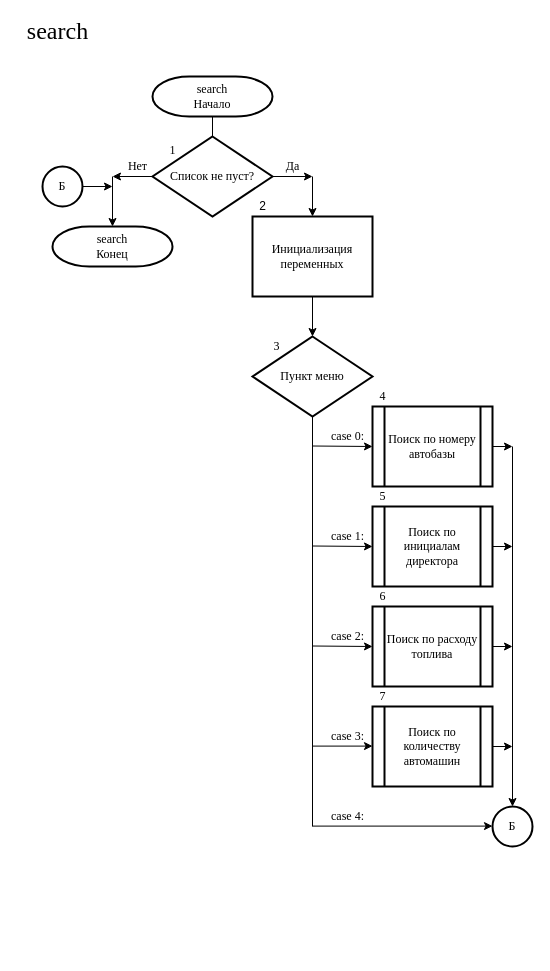
The draw.io diagram page "Поиск" (5 of 12) of Структурные схемы для КП.drawio in noidoRG/my-draw.io, before the edit. Source tidied: cells renumbered, new cells numbered last; positions are measured from the earlier drawing's top-left corner, leaving out a move shared by most shapes. Both pictures are drawn from the tidied source at 100%, with x=0, y=0 at pixel (17, 21).
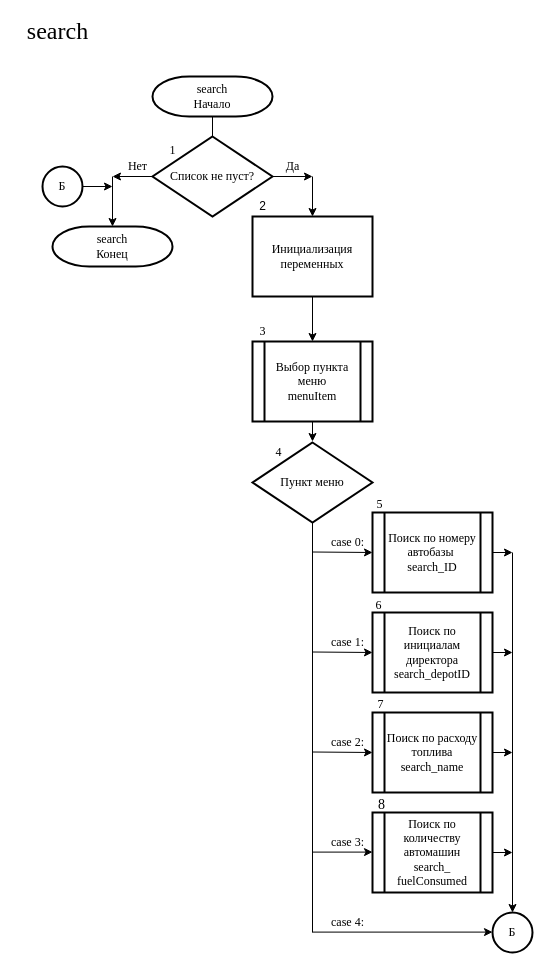
Above is the later version.

What changed in the source:
```diff
@@
     <mxCell id="17" value="Пункт меню" style="rhombus;whiteSpace=wrap;html=1;strokeWidth=2;fontFamily=Times New Roman;" parent="1" vertex="1">
-      <mxGeometry x="235" y="315" width="120" height="80" as="geometry" />
+      <mxGeometry x="235" y="421" width="120" height="80" as="geometry" />
     </mxCell>
     <mxCell id="18" style="endArrow=none;html=1;fontFamily=Times New Roman;" parent="1" edge="1">
       <mxGeometry relative="1" as="geometry">
-        <mxPoint x="295" y="805" as="sourcePoint" />
-        <mxPoint x="295" y="395" as="targetPoint" />
+        <mxPoint x="295" y="911" as="sourcePoint" />
+        <mxPoint x="295" y="501" as="targetPoint" />
       </mxGeometry>
     </mxCell>
     <mxCell id="19" style="endArrow=classic;html=1;entryX=0;entryY=0.5;entryDx=0;entryDy=0;fontFamily=Times New Roman;" parent="1" edge="1" target="20">
       <mxGeometry relative="1" as="geometry">
-        <mxPoint x="295" y="424.5" as="sourcePoint" />
+        <mxPoint x="295" y="530.5" as="sourcePoint" />
       </mxGeometry>
     </mxCell>
-    <mxCell id="20" value="Поиск по номеру автобазы" style="shape=process;whiteSpace=wrap;html=1;backgroundOutline=1;strokeWidth=2;fontFamily=Times New Roman;" parent="1" vertex="1">
-      <mxGeometry x="355" y="385" width="120" height="80" as="geometry" />
+    <mxCell id="20" value="Поиск по номеру автобазы&lt;span style=&quot;white-space: pre&quot;&gt; &lt;/span&gt;&lt;br&gt;search_ID" style="shape=process;whiteSpace=wrap;html=1;backgroundOutline=1;strokeWidth=2;fontFamily=Times New Roman;" parent="1" vertex="1">
+      <mxGeometry x="355" y="491" width="120" height="80" as="geometry" />
     </mxCell>
     <mxCell id="21" style="endArrow=classic;html=1;entryX=0;entryY=0.5;entryDx=0;entryDy=0;fontFamily=Times New Roman;" parent="1" edge="1" target="22">
       <mxGeometry relative="1" as="geometry">
-        <mxPoint x="295" y="524.5" as="sourcePoint" />
+        <mxPoint x="295" y="630.5" as="sourcePoint" />
       </mxGeometry>
     </mxCell>
-    <mxCell id="22" value="Поиск по инициалам директора" style="shape=process;whiteSpace=wrap;html=1;backgroundOutline=1;strokeWidth=2;fontFamily=Times New Roman;" parent="1" vertex="1">
-      <mxGeometry x="355" y="485" width="120" height="80" as="geometry" />
+    <mxCell id="22" value="Поиск по инициалам директора&lt;br&gt;search_depotID" style="shape=process;whiteSpace=wrap;html=1;backgroundOutline=1;strokeWidth=2;fontFamily=Times New Roman;" parent="1" vertex="1">
+      <mxGeometry x="355" y="591" width="120" height="80" as="geometry" />
     </mxCell>
     <mxCell id="23" style="endArrow=classic;html=1;entryX=0;entryY=0.5;entryDx=0;entryDy=0;fontFamily=Times New Roman;" parent="1" edge="1" target="24">
       <mxGeometry relative="1" as="geometry">
-        <mxPoint x="295" y="624.5" as="sourcePoint" />
+        <mxPoint x="295" y="730.5" as="sourcePoint" />
       </mxGeometry>
     </mxCell>
-    <mxCell id="24" value="Поиск по расходу топлива" style="shape=process;whiteSpace=wrap;html=1;backgroundOutline=1;strokeWidth=2;fontFamily=Times New Roman;" parent="1" vertex="1">
-      <mxGeometry x="355" y="585" width="120" height="80" as="geometry" />
+    <mxCell id="24" value="Поиск по расходу топлива&lt;br&gt;search_name" style="shape=process;whiteSpace=wrap;html=1;backgroundOutline=1;strokeWidth=2;fontFamily=Times New Roman;" parent="1" vertex="1">
+      <mxGeometry x="355" y="691" width="120" height="80" as="geometry" />
     </mxCell>
-    <mxCell id="25" style="endArrow=classic;html=1;exitX=0.5;exitY=1;exitDx=0;exitDy=0;fontFamily=Times New Roman;" parent="1" edge="1">
+    <mxCell id="25" style="endArrow=classic;html=1;exitX=0.5;exitY=1;exitDx=0;exitDy=0;fontFamily=Times New Roman;entryX=0.5;entryY=0;entryDx=0;entryDy=0;" parent="1" edge="1" target="46">
       <mxGeometry relative="1" as="geometry">
         <mxPoint x="295" y="275" as="sourcePoint" />
-        <mxPoint x="295" y="315" as="targetPoint" />
       </mxGeometry>
     </mxCell>
     <mxCell id="26" value="case 0:" style="text;html=1;align=center;verticalAlign=middle;strokeColor=none;fillColor=none;fontFamily=Times New Roman;" parent="1" vertex="1">
-      <mxGeometry x="305" y="405" width="50" height="20" as="geometry" />
+      <mxGeometry x="305" y="511" width="50" height="20" as="geometry" />
     </mxCell>
     <mxCell id="27" value="case 1:" style="text;html=1;align=center;verticalAlign=middle;strokeColor=none;fillColor=none;fontFamily=Times New Roman;" parent="1" vertex="1">
-      <mxGeometry x="305" y="505" width="50" height="20" as="geometry" />
+      <mxGeometry x="305" y="611" width="50" height="20" as="geometry" />
     </mxCell>
     <mxCell id="28" value="case 2:" style="text;html=1;align=center;verticalAlign=middle;strokeColor=none;fillColor=none;fontFamily=Times New Roman;" parent="1" vertex="1">
-      <mxGeometry x="305" y="605" width="50" height="20" as="geometry" />
+      <mxGeometry x="305" y="711" width="50" height="20" as="geometry" />
     </mxCell>
-    <mxCell id="29" value="Поиск по количеству автомашин" style="shape=process;whiteSpace=wrap;html=1;backgroundOutline=1;strokeWidth=2;fontFamily=Times New Roman;" parent="1" vertex="1">
-      <mxGeometry x="355" y="685" width="120" height="80" as="geometry" />
+    <mxCell id="29" value="Поиск по количеству автомашин&lt;br&gt;search_&lt;br&gt;fuelConsumed" style="shape=process;whiteSpace=wrap;html=1;backgroundOutline=1;strokeWidth=2;fontFamily=Times New Roman;" parent="1" vertex="1">
+      <mxGeometry x="355" y="791" width="120" height="80" as="geometry" />
     </mxCell>
     <mxCell id="30" style="endArrow=classic;html=1;fontFamily=Times New Roman;" parent="1" edge="1">
       <mxGeometry relative="1" as="geometry">
-        <mxPoint x="295" y="724.6" as="sourcePoint" />
-        <mxPoint x="355" y="724.6" as="targetPoint" />
+        <mxPoint x="295" y="830.6" as="sourcePoint" />
+        <mxPoint x="355" y="830.6" as="targetPoint" />
       </mxGeometry>
     </mxCell>
     <mxCell id="31" value="case 3:" style="text;html=1;align=center;verticalAlign=middle;strokeColor=none;fillColor=none;fontFamily=Times New Roman;" parent="1" vertex="1">
-      <mxGeometry x="305" y="705" width="50" height="20" as="geometry" />
+      <mxGeometry x="305" y="811" width="50" height="20" as="geometry" />
     </mxCell>
     <mxCell id="32" value="case 4:" style="text;html=1;align=center;verticalAlign=middle;strokeColor=none;fillColor=none;fontFamily=Times New Roman;" parent="1" vertex="1">
-      <mxGeometry x="305" y="785" width="50" height="20" as="geometry" />
+      <mxGeometry x="305" y="891" width="50" height="20" as="geometry" />
     </mxCell>
     <mxCell id="33" style="endArrow=classic;html=1;fontFamily=Times New Roman;" parent="1" edge="1">
       <mxGeometry relative="1" as="geometry">
-        <mxPoint x="475" y="425" as="sourcePoint" />
-        <mxPoint x="495" y="425" as="targetPoint" />
+        <mxPoint x="475" y="531" as="sourcePoint" />
+        <mxPoint x="495" y="531" as="targetPoint" />
       </mxGeometry>
     </mxCell>
     <mxCell id="34" style="endArrow=classic;html=1;fontFamily=Times New Roman;" parent="1" edge="1">
       <mxGeometry relative="1" as="geometry">
-        <mxPoint x="475" y="525" as="sourcePoint" />
-        <mxPoint x="495" y="525" as="targetPoint" />
+        <mxPoint x="475" y="631" as="sourcePoint" />
+        <mxPoint x="495" y="631" as="targetPoint" />
       </mxGeometry>
     </mxCell>
     <mxCell id="35" style="endArrow=classic;html=1;fontFamily=Times New Roman;" parent="1" edge="1">
       <mxGeometry relative="1" as="geometry">
-        <mxPoint x="475" y="625" as="sourcePoint" />
-        <mxPoint x="495" y="625" as="targetPoint" />
+        <mxPoint x="475" y="731" as="sourcePoint" />
+        <mxPoint x="495" y="731" as="targetPoint" />
       </mxGeometry>
     </mxCell>
     <mxCell id="36" style="endArrow=classic;html=1;fontFamily=Times New Roman;" parent="1" edge="1" source="29">
       <mxGeometry relative="1" as="geometry">
-        <mxPoint x="495" y="725" as="targetPoint" />
+        <mxPoint x="495" y="831" as="targetPoint" />
       </mxGeometry>
     </mxCell>
     <mxCell id="37" style="endArrow=classic;html=1;fontFamily=Times New Roman;" parent="1" edge="1">
       <mxGeometry relative="1" as="geometry">
-        <mxPoint x="495" y="425" as="sourcePoint" />
-        <mxPoint x="495" y="785" as="targetPoint" />
+        <mxPoint x="495" y="531" as="sourcePoint" />
+        <mxPoint x="495" y="891" as="targetPoint" />
       </mxGeometry>
     </mxCell>
     <mxCell id="38" style="endArrow=classic;html=1;fontFamily=Times New Roman;" parent="1" edge="1">
       <mxGeometry relative="1" as="geometry">
-        <mxPoint x="295" y="804.6" as="sourcePoint" />
-        <mxPoint x="475" y="804.6" as="targetPoint" />
+        <mxPoint x="295" y="910.6" as="sourcePoint" />
+        <mxPoint x="475" y="910.6" as="targetPoint" />
       </mxGeometry>
     </mxCell>
     <mxCell id="39" value="Б" style="ellipse;whiteSpace=wrap;html=1;strokeWidth=2;fontFamily=Times New Roman;" parent="1" vertex="1">
-      <mxGeometry x="475" y="785" width="40" height="40" as="geometry" />
+      <mxGeometry x="475" y="891" width="40" height="40" as="geometry" />
     </mxCell>
     <mxCell id="40" value="3" style="text;html=1;align=center;verticalAlign=middle;strokeColor=none;fillColor=none;fontSize=12;fontFamily=Times New Roman;" parent="1" vertex="1">
-      <mxGeometry x="249" y="315" width="20" height="20" as="geometry" />
+      <mxGeometry x="235" y="300" width="20" height="20" as="geometry" />
     </mxCell>
     <mxCell id="41" value="4" style="text;html=1;align=center;verticalAlign=middle;strokeColor=none;fillColor=none;fontSize=12;fontFamily=Times New Roman;" parent="1" vertex="1">
-      <mxGeometry x="355" y="365" width="20" height="20" as="geometry" />
+      <mxGeometry x="251" y="421" width="20" height="20" as="geometry" />
     </mxCell>
     <mxCell id="42" value="5" style="text;html=1;align=center;verticalAlign=middle;strokeColor=none;fillColor=none;fontSize=12;fontFamily=Times New Roman;" parent="1" vertex="1">
-      <mxGeometry x="355" y="465" width="20" height="20" as="geometry" />
+      <mxGeometry x="352" y="473" width="20" height="20" as="geometry" />
     </mxCell>
     <mxCell id="43" value="6" style="text;html=1;align=center;verticalAlign=middle;strokeColor=none;fillColor=none;fontSize=12;fontFamily=Times New Roman;" parent="1" vertex="1">
-      <mxGeometry x="355" y="565" width="20" height="20" as="geometry" />
+      <mxGeometry x="351" y="574" width="20" height="20" as="geometry" />
     </mxCell>
     <mxCell id="44" value="7" style="text;html=1;align=center;verticalAlign=middle;strokeColor=none;fillColor=none;fontSize=12;fontFamily=Times New Roman;" parent="1" vertex="1">
-      <mxGeometry x="355" y="665" width="20" height="20" as="geometry" />
+      <mxGeometry x="353" y="673" width="20" height="20" as="geometry" />
     </mxCell>
@@
+    <mxCell id="46" value="Выбор пункта меню&lt;br&gt;menuItem" style="shape=process;whiteSpace=wrap;html=1;backgroundOutline=1;strokeWidth=2;fontFamily=Times New Roman;fontSize=12;align=center;" parent="1" vertex="1">
+      <mxGeometry x="235" y="320" width="120" height="80" as="geometry" />
+    </mxCell>
+    <mxCell id="47" style="endArrow=classic;html=1;rounded=0;fontFamily=Times New Roman;fontSize=14;" parent="1" edge="1" source="46">
+      <mxGeometry relative="1" as="geometry">
+        <mxPoint x="295" y="420" as="targetPoint" />
+      </mxGeometry>
+    </mxCell>
+    <mxCell id="48" value="8" style="text;html=1;align=center;verticalAlign=middle;strokeColor=none;fillColor=none;fontSize=14;fontFamily=Times New Roman;" parent="1" vertex="1">
+      <mxGeometry x="354" y="774" width="20" height="20" as="geometry" />
+    </mxCell>
```
